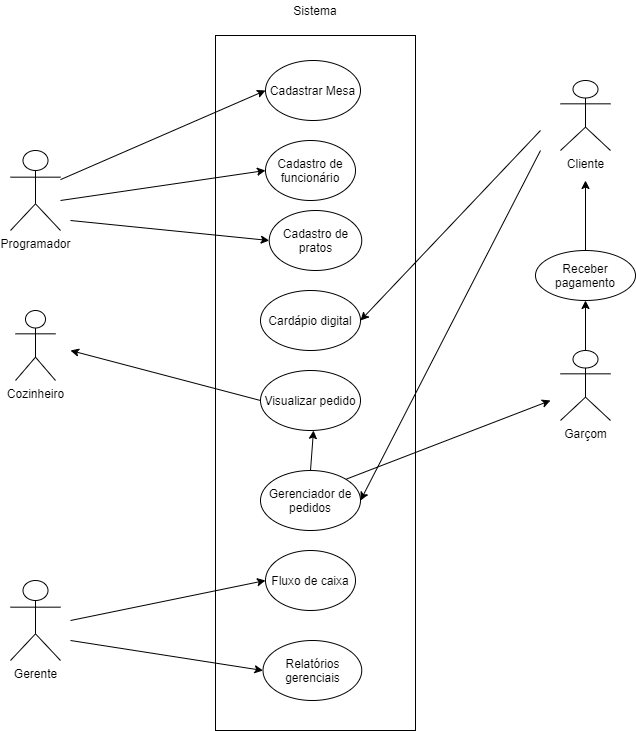
Above: restaurante.drawio.png in hinname/project-Restaurant (draw.io), before the change. Source tidied: cells renumbered, new cells last; positions are measured from the earlier drawing's top-left corner, leaving out a move shared by most shapes.
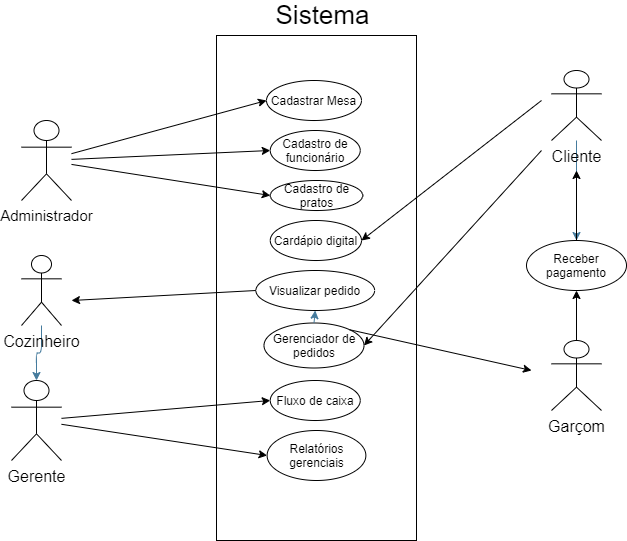
The same file after the commit.

Change to the diagram source:
```diff
@@ -2,70 +2,69 @@
   <root>
     <mxCell id="0" />
     <mxCell id="1" parent="0" />
-    <mxCell id="2" value="Programador" style="shape=umlActor;verticalLabelPosition=bottom;verticalAlign=top;html=1;outlineConnect=0;" parent="1" vertex="1">
-      <mxGeometry y="150" width="50" height="80" as="geometry" />
+    <mxCell id="2" value="&lt;font style=&quot;font-size: 15px&quot;&gt;Administrador&lt;/font&gt;" style="shape=umlActor;verticalLabelPosition=bottom;verticalAlign=top;html=1;outlineConnect=0;" parent="1" vertex="1">
+      <mxGeometry x="10" y="120" width="50" height="80" as="geometry" />
     </mxCell>
     <mxCell id="3" style="rounded=0;whiteSpace=wrap;html=1;" parent="1" vertex="1">
-      <mxGeometry x="205" y="35" width="200" height="695" as="geometry" />
+      <mxGeometry x="205" y="35" width="200" height="505" as="geometry" />
     </mxCell>
     <mxCell id="4" value="Cadastrar Mesa" style="ellipse;whiteSpace=wrap;html=1;" parent="1" vertex="1">
-      <mxGeometry x="255" y="60" width="95" height="60" as="geometry" />
+      <mxGeometry x="255" y="80" width="95" height="40" as="geometry" />
     </mxCell>
     <mxCell id="5" style="endArrow=classic;html=1;entryX=0;entryY=0.5;entryDx=0;entryDy=0;" parent="1" edge="1" source="2" target="4">
       <mxGeometry relative="1" as="geometry" />
     </mxCell>
+    <mxCell id="30" style="edgeStyle=orthogonalEdgeStyle;curved=0;rounded=1;sketch=0;jettySize=auto;html=1;fontColor=#1D3557;strokeColor=#457B9D;fillColor=#A8DADC;" parent="1" edge="1" source="6" target="23">
+      <mxGeometry relative="1" as="geometry" />
+    </mxCell>
-    <mxCell id="6" value="Cliente" style="shape=umlActor;verticalLabelPosition=bottom;verticalAlign=top;html=1;outlineConnect=0;" parent="1" vertex="1">
-      <mxGeometry x="550" y="80" width="50" height="70" as="geometry" />
+    <mxCell id="6" value="&lt;font style=&quot;font-size: 16px&quot;&gt;Cliente&lt;/font&gt;" style="shape=umlActor;verticalLabelPosition=bottom;verticalAlign=top;html=1;outlineConnect=0;" parent="1" vertex="1">
+      <mxGeometry x="540" y="70" width="50" height="70" as="geometry" />
     </mxCell>
-    <mxCell id="7" value="Garçom" style="shape=umlActor;verticalLabelPosition=bottom;verticalAlign=top;html=1;outlineConnect=0;" parent="1" vertex="1">
-      <mxGeometry x="550" y="350" width="50" height="70" as="geometry" />
+    <mxCell id="7" value="&lt;font style=&quot;font-size: 16px&quot;&gt;Garçom&lt;/font&gt;" style="shape=umlActor;verticalLabelPosition=bottom;verticalAlign=top;html=1;outlineConnect=0;" parent="1" vertex="1">
+      <mxGeometry x="540" y="340" width="50" height="70" as="geometry" />
     </mxCell>
-    <mxCell id="8" value="Sistema" style="text;html=1;strokeColor=none;fillColor=none;align=center;verticalAlign=middle;whiteSpace=wrap;rounded=0;" parent="1" vertex="1">
-      <mxGeometry x="285" width="40" height="20" as="geometry" />
+    <mxCell id="8" value="&lt;font style=&quot;font-size: 26px&quot;&gt;Sistema&lt;/font&gt;" style="text;html=1;strokeColor=none;fillColor=none;align=center;verticalAlign=middle;whiteSpace=wrap;rounded=0;strokeWidth=0;" parent="1" vertex="1">
+      <mxGeometry x="258.8" width="105" height="30" as="geometry" />
     </mxCell>
     <mxCell id="9" value="Cadastro de funcionário" style="ellipse;whiteSpace=wrap;html=1;" parent="1" vertex="1">
-      <mxGeometry x="255" y="140" width="90" height="60" as="geometry" />
+      <mxGeometry x="258.8" y="130" width="90" height="40" as="geometry" />
     </mxCell>
-    <mxCell id="10" value="Gerente" style="shape=umlActor;verticalLabelPosition=bottom;verticalAlign=top;html=1;outlineConnect=0;" parent="1" vertex="1">
-      <mxGeometry y="580" width="50" height="80" as="geometry" />
+    <mxCell id="10" value="&lt;font style=&quot;font-size: 16px&quot;&gt;Gerente&lt;/font&gt;" style="shape=umlActor;verticalLabelPosition=bottom;verticalAlign=top;html=1;outlineConnect=0;" parent="1" vertex="1">
+      <mxGeometry y="380" width="50" height="80" as="geometry" />
     </mxCell>
-    <mxCell id="11" style="endArrow=classic;html=1;entryX=0;entryY=0.5;entryDx=0;entryDy=0;" parent="1" edge="1" target="9">
-      <mxGeometry relative="1" as="geometry">
-        <mxPoint x="50" y="200" as="sourcePoint" />
-      </mxGeometry>
+    <mxCell id="11" style="endArrow=classic;html=1;entryX=0;entryY=0.5;entryDx=0;entryDy=0;" parent="1" edge="1" source="2" target="9">
+      <mxGeometry relative="1" as="geometry" />
     </mxCell>
     <mxCell id="12" value="Cadastro de pratos" style="ellipse;whiteSpace=wrap;html=1;" parent="1" vertex="1">
-      <mxGeometry x="258.8" y="210" width="92.5" height="60" as="geometry" />
+      <mxGeometry x="258.8" y="180" width="92.5" height="30" as="geometry" />
     </mxCell>
-    <mxCell id="13" style="endArrow=classic;html=1;entryX=0;entryY=0.5;entryDx=0;entryDy=0;" parent="1" edge="1" target="12">
-      <mxGeometry relative="1" as="geometry">
-        <mxPoint x="60" y="220" as="sourcePoint" />
-      </mxGeometry>
+    <mxCell id="13" style="endArrow=classic;html=1;entryX=0;entryY=0.5;entryDx=0;entryDy=0;" parent="1" edge="1" source="2" target="12">
+      <mxGeometry relative="1" as="geometry" />
     </mxCell>
     <mxCell id="14" value="Cardápio digital" style="ellipse;whiteSpace=wrap;html=1;" parent="1" vertex="1">
-      <mxGeometry x="250" y="290" width="100" height="60" as="geometry" />
+      <mxGeometry x="258.8" y="220" width="91.2" height="40" as="geometry" />
     </mxCell>
     <mxCell id="15" style="endArrow=classic;html=1;entryX=1;entryY=0.5;entryDx=0;entryDy=0;" parent="1" edge="1" target="14">
       <mxGeometry relative="1" as="geometry">
-        <mxPoint x="530" y="130" as="sourcePoint" />
-        <Array as="points">
-          <mxPoint x="530" y="130" />
-        </Array>
+        <mxPoint x="530" y="100" as="sourcePoint" />
       </mxGeometry>
     </mxCell>
     <mxCell id="16" value="Visualizar pedido" style="ellipse;whiteSpace=wrap;html=1;" parent="1" vertex="1">
-      <mxGeometry x="250" y="370" width="100" height="60" as="geometry" />
+      <mxGeometry x="244.4" y="270" width="118.8" height="40" as="geometry" />
     </mxCell>
+    <mxCell id="31" style="edgeStyle=orthogonalEdgeStyle;curved=0;rounded=1;sketch=0;jettySize=auto;html=1;fontColor=#1D3557;strokeColor=#457B9D;fillColor=#A8DADC;" parent="1" edge="1" source="17" target="10">
+      <mxGeometry relative="1" as="geometry" />
+    </mxCell>
-    <mxCell id="17" value="Cozinheiro" style="shape=umlActor;verticalLabelPosition=bottom;verticalAlign=top;html=1;outlineConnect=0;" parent="1" vertex="1">
-      <mxGeometry x="5" y="310" width="40" height="70" as="geometry" />
+    <mxCell id="17" value="&lt;font style=&quot;font-size: 16px&quot;&gt;Cozinheiro&lt;/font&gt;" style="shape=umlActor;verticalLabelPosition=bottom;verticalAlign=top;html=1;outlineConnect=0;" parent="1" vertex="1">
+      <mxGeometry x="10" y="255" width="40" height="70" as="geometry" />
     </mxCell>
     <mxCell id="18" style="endArrow=classic;html=1;exitX=0;exitY=0.5;exitDx=0;exitDy=0;" parent="1" edge="1" source="16">
       <mxGeometry relative="1" as="geometry">
-        <mxPoint x="60" y="350" as="targetPoint" />
+        <mxPoint x="60" y="300" as="targetPoint" />
       </mxGeometry>
     </mxCell>
     <mxCell id="19" value="Gerenciador de pedidos" style="ellipse;whiteSpace=wrap;html=1;" parent="1" vertex="1">
-      <mxGeometry x="250" y="470" width="100" height="60" as="geometry" />
+      <mxGeometry x="252.5" y="322.5" width="100" height="45" as="geometry" />
     </mxCell>
     <mxCell id="20" style="endArrow=classic;html=1;entryX=1;entryY=0.5;entryDx=0;entryDy=0;" parent="1" edge="1" target="19">
       <mxGeometry relative="1" as="geometry">
@@ -74,40 +73,34 @@
     </mxCell>
     <mxCell id="21" style="endArrow=classic;html=1;exitX=1;exitY=0;exitDx=0;exitDy=0;" parent="1" edge="1" source="19">
       <mxGeometry relative="1" as="geometry">
-        <mxPoint x="540" y="400" as="targetPoint" />
+        <mxPoint x="520" y="370" as="targetPoint" />
       </mxGeometry>
     </mxCell>
     <mxCell id="22" style="endArrow=classic;html=1;exitX=0.5;exitY=0;exitDx=0;exitDy=0;exitPerimeter=0;" parent="1" edge="1" source="7" target="23">
       <mxGeometry relative="1" as="geometry" />
     </mxCell>
     <mxCell id="23" value="Receber pagamento" style="ellipse;whiteSpace=wrap;html=1;" parent="1" vertex="1">
-      <mxGeometry x="525" y="250" width="100" height="50" as="geometry" />
+      <mxGeometry x="515" y="240" width="100" height="50" as="geometry" />
     </mxCell>
     <mxCell id="24" style="endArrow=classic;html=1;exitX=0.5;exitY=0;exitDx=0;exitDy=0;" parent="1" edge="1" source="23">
       <mxGeometry relative="1" as="geometry">
-        <mxPoint x="575" y="180" as="targetPoint" />
+        <mxPoint x="565" y="170" as="targetPoint" />
       </mxGeometry>
     </mxCell>
-    <mxCell id="25" style="endArrow=classic;html=1;exitX=0.5;exitY=0;exitDx=0;exitDy=0;" parent="1" edge="1" source="19">
-      <mxGeometry relative="1" as="geometry">
-        <mxPoint x="303" y="430" as="targetPoint" />
-      </mxGeometry>
-    </mxCell>
     <mxCell id="26" value="Fluxo de caixa" style="ellipse;whiteSpace=wrap;html=1;" parent="1" vertex="1">
-      <mxGeometry x="255" y="550" width="90" height="60" as="geometry" />
+      <mxGeometry x="258.8" y="380" width="90" height="40" as="geometry" />
     </mxCell>
     <mxCell id="27" value="Relatórios gerenciais" style="ellipse;whiteSpace=wrap;html=1;" parent="1" vertex="1">
-      <mxGeometry x="252.5" y="640" width="98.8" height="60" as="geometry" />
+      <mxGeometry x="255.6" y="430" width="98.8" height="50" as="geometry" />
     </mxCell>
-    <mxCell id="28" style="endArrow=classic;html=1;entryX=0;entryY=0.5;entryDx=0;entryDy=0;" parent="1" edge="1" target="26">
-      <mxGeometry relative="1" as="geometry">
-        <mxPoint x="60" y="620" as="sourcePoint" />
-      </mxGeometry>
+    <mxCell id="28" style="endArrow=classic;html=1;entryX=0;entryY=0.5;entryDx=0;entryDy=0;" parent="1" edge="1" source="10" target="26">
+      <mxGeometry relative="1" as="geometry" />
     </mxCell>
-    <mxCell id="29" style="endArrow=classic;html=1;entryX=0;entryY=0.5;entryDx=0;entryDy=0;" parent="1" edge="1" target="27">
-      <mxGeometry relative="1" as="geometry">
-        <mxPoint x="60" y="640" as="sourcePoint" />
-      </mxGeometry>
+    <mxCell id="29" style="endArrow=classic;html=1;entryX=0;entryY=0.5;entryDx=0;entryDy=0;" parent="1" edge="1" source="10" target="27">
+      <mxGeometry relative="1" as="geometry" />
     </mxCell>
+    <mxCell id="32" style="endArrow=classic;html=1;fontColor=#1D3557;strokeColor=#457B9D;fillColor=#A8DADC;entryX=0.5;entryY=1;entryDx=0;entryDy=0;exitX=0.5;exitY=0;exitDx=0;exitDy=0;" parent="1" edge="1" source="19" target="16">
+      <mxGeometry relative="1" as="geometry" />
+    </mxCell>
   </root>
 </mxGraphModel>
```
